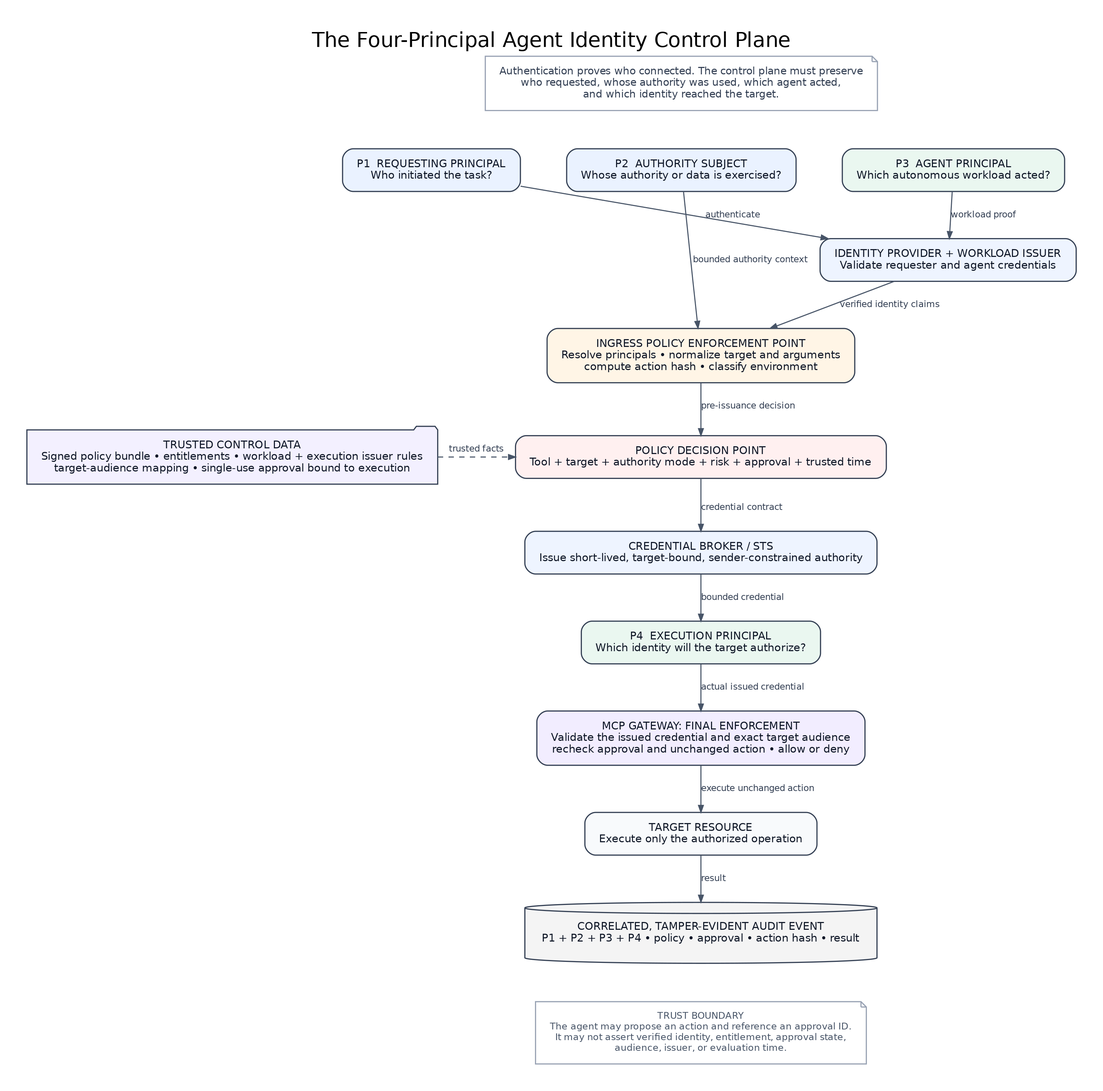
Above: architecture/four-principal-control-plane.png in Yanofnasr/mcp-agent-identity-control-plane (Graphviz), before the change. Its source is kept beside it as architecture/four-principal-control-plane.dot.
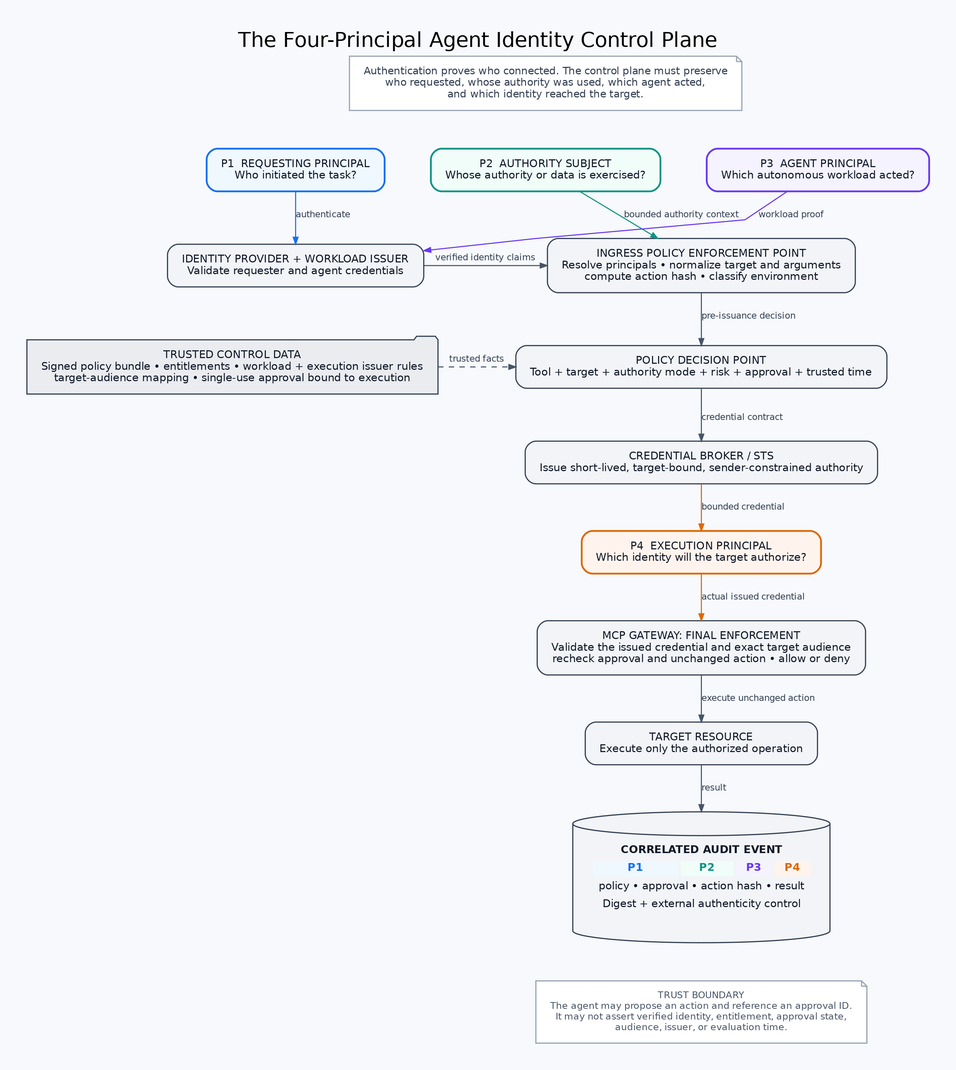
After the change.

The edit, as a diff of the source:
```diff
@@ -1,7 +1,7 @@
 digraph FourPrincipalControlPlane {
   graph [
     rankdir=TB,
-    bgcolor="white",
+    bgcolor="#F7F9FC",
     pad="0.42",
     nodesep="0.36",
     ranksep="0.58",
@@ -18,7 +18,7 @@
     color="#344054",
     penwidth=1.3,
     fontcolor="#101828",
-    fillcolor="#F8FAFC",
+    fillcolor="#F2F4F7",
     fontname="Helvetica",
     fontsize=12,
     margin="0.22,0.15"
@@ -42,56 +42,61 @@
     fontsize=11.5
   ];
 
-  p1 [label="P1  REQUESTING PRINCIPAL\nWho initiated the task?", fillcolor="#EAF2FF"];
-  p2 [label="P2  AUTHORITY SUBJECT\nWhose authority or data is exercised?", fillcolor="#EAF2FF"];
-  p3 [label="P3  AGENT PRINCIPAL\nWhich autonomous workload acted?", fillcolor="#EAF7F0"];
+  p1 [label="P1  REQUESTING PRINCIPAL\nWho initiated the task?", color="#1570EF", fillcolor="#EFF8FF", penwidth=2];
+  p2 [label="P2  AUTHORITY SUBJECT\nWhose authority or data is exercised?", color="#0E9384", fillcolor="#F0FDF9", penwidth=2];
+  p3 [label="P3  AGENT PRINCIPAL\nWhich autonomous workload acted?", color="#6938EF", fillcolor="#F4F3FF", penwidth=2];
 
   issuer [
-    label="IDENTITY PROVIDER + WORKLOAD ISSUER\nValidate requester and agent credentials",
-    fillcolor="#EEF4FF"
+    label="IDENTITY PROVIDER + WORKLOAD ISSUER\nValidate requester and agent credentials"
   ];
 
   ingress [
-    label="INGRESS POLICY ENFORCEMENT POINT\nResolve principals • normalize target and arguments\ncompute action hash • classify environment",
-    fillcolor="#FFF5E6"
+    label="INGRESS POLICY ENFORCEMENT POINT\nResolve principals • normalize target and arguments\ncompute action hash • classify environment"
   ];
 
   trusted [
     shape=folder,
     label="TRUSTED CONTROL DATA\nSigned policy bundle • entitlements • workload + execution issuer rules\ntarget-audience mapping • single-use approval bound to execution",
-    fillcolor="#F3F0FF"
+    fillcolor="#EAECF0"
   ];
 
   pdp [
-    label="POLICY DECISION POINT\nTool + target + authority mode + risk + approval + trusted time",
-    fillcolor="#FFF0F0"
+    label="POLICY DECISION POINT\nTool + target + authority mode + risk + approval + trusted time"
   ];
 
   broker [
-    label="CREDENTIAL BROKER / STS\nIssue short-lived, target-bound, sender-constrained authority",
-    fillcolor="#EEF4FF"
+    label="CREDENTIAL BROKER / STS\nIssue short-lived, target-bound, sender-constrained authority"
   ];
 
   p4 [
     label="P4  EXECUTION PRINCIPAL\nWhich identity will the target authorize?",
-    fillcolor="#EAF7F0"
+    color="#DC6803",
+    fillcolor="#FFF4ED",
+    penwidth=2
   ];
 
   finalpep [
-    label="MCP GATEWAY: FINAL ENFORCEMENT\nValidate the issued credential and exact target audience\nrecheck approval and unchanged action • allow or deny",
-    fillcolor="#F2EDFF"
+    label="MCP GATEWAY: FINAL ENFORCEMENT\nValidate the issued credential and exact target audience\nrecheck approval and unchanged action • allow or deny"
   ];
 
   resource [
-    label="TARGET RESOURCE\nExecute only the authorized operation",
-    fillcolor="#F8FAFC"
+    label="TARGET RESOURCE\nExecute only the authorized operation"
   ];
 
   audit [
     shape=cylinder,
-    label="CORRELATED, TAMPER-EVIDENT AUDIT EVENT\nP1 + P2 + P3 + P4 • policy • approval • action hash • result",
-    fillcolor="#F4F4F4",
-    margin="0.26,0.17"
+    margin="0.26,0.17",
+    label=<<TABLE BORDER="0" CELLBORDER="0" CELLSPACING="3" CELLPADDING="2">
+<TR><TD COLSPAN="4"><B>CORRELATED AUDIT EVENT</B></TD></TR>
+<TR>
+<TD BGCOLOR="#EFF8FF"><FONT COLOR="#1570EF"><B>P1</B></FONT></TD>
+<TD BGCOLOR="#F0FDF9"><FONT COLOR="#0E9384"><B>P2</B></FONT></TD>
+<TD BGCOLOR="#F4F3FF"><FONT COLOR="#6938EF"><B>P3</B></FONT></TD>
+<TD BGCOLOR="#FFF4ED"><FONT COLOR="#DC6803"><B>P4</B></FONT></TD>
+</TR>
+<TR><TD COLSPAN="4">policy • approval • action hash • result</TD></TR>
+<TR><TD COLSPAN="4">Digest + external authenticity control</TD></TR>
+</TABLE>>
   ];
 
   boundary [
@@ -104,22 +109,23 @@
   ];
 
   { rank=same; p1; p2; p3; }
+  { rank=same; issuer; ingress; }
   { rank=same; trusted; pdp; }
 
   thesis -> p2 [style=invis];
   p1 -> p2 [style=invis, weight=100];
   p2 -> p3 [style=invis, weight=100];
 
-  p1 -> issuer [label="authenticate"];
-  p3 -> issuer [label="workload proof"];
+  p1 -> issuer [label="authenticate", color="#1570EF"];
+  p3 -> issuer [label="workload proof", color="#6938EF"];
   issuer -> ingress [label="verified identity claims"];
-  p2 -> ingress [label="bounded authority context"];
+  p2 -> ingress [label="bounded authority context", color="#0E9384"];
 
   ingress -> pdp [label="pre-issuance decision"];
   trusted -> pdp [label="trusted facts", style=dashed];
   pdp -> broker [label="credential contract"];
-  broker -> p4 [label="bounded credential"];
-  p4 -> finalpep [label="actual issued credential"];
+  broker -> p4 [label="bounded credential", color="#DC6803"];
+  p4 -> finalpep [label="actual issued credential", color="#DC6803"];
   finalpep -> resource [label="execute unchanged action"];
   resource -> audit [label="result"];
   audit -> boundary [style=invis];
```
